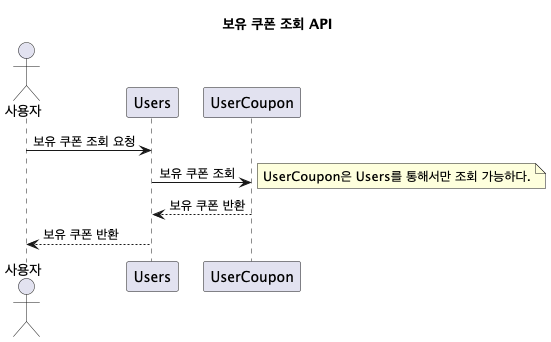
This is assets/images/diagram/sequence/get_coupons.png from leejisuu/hhplus-ecommerce-serivce, a PlantUML export, as it was before one commit.
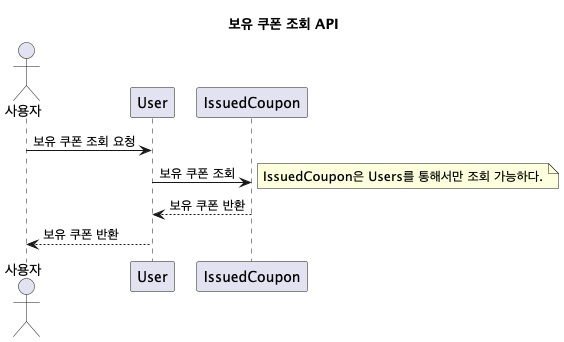
Later version of the same file.

Diff of the diagram source:
```diff
@@ -1,14 +1,14 @@
 @startuml
 title 보유 쿠폰 조회 API
 
-actor "사용자" as User
-participant "Users" as Users
-participant "UserCoupon" as UserCoupon
+actor "사용자" as Actor
+participant "User" as User
+participant "IssuedCoupon" as IssuedCoupon
 
-User -> Users : 보유 쿠폰 조회 요청
-Users -> "UserCoupon" : 보유 쿠폰 조회
-note right: UserCoupon은 Users를 통해서만 조회 가능하다.
-"UserCoupon" --> Users : 보유 쿠폰 반환
-Users --> User : 보유 쿠폰 반환
+Actor -> User : 보유 쿠폰 조회 요청
+User -> "IssuedCoupon" : 보유 쿠폰 조회
+note right: IssuedCoupon은 Users를 통해서만 조회 가능하다.
+"IssuedCoupon" --> User : 보유 쿠폰 반환
+User --> Actor : 보유 쿠폰 반환
 
 @enduml
```
